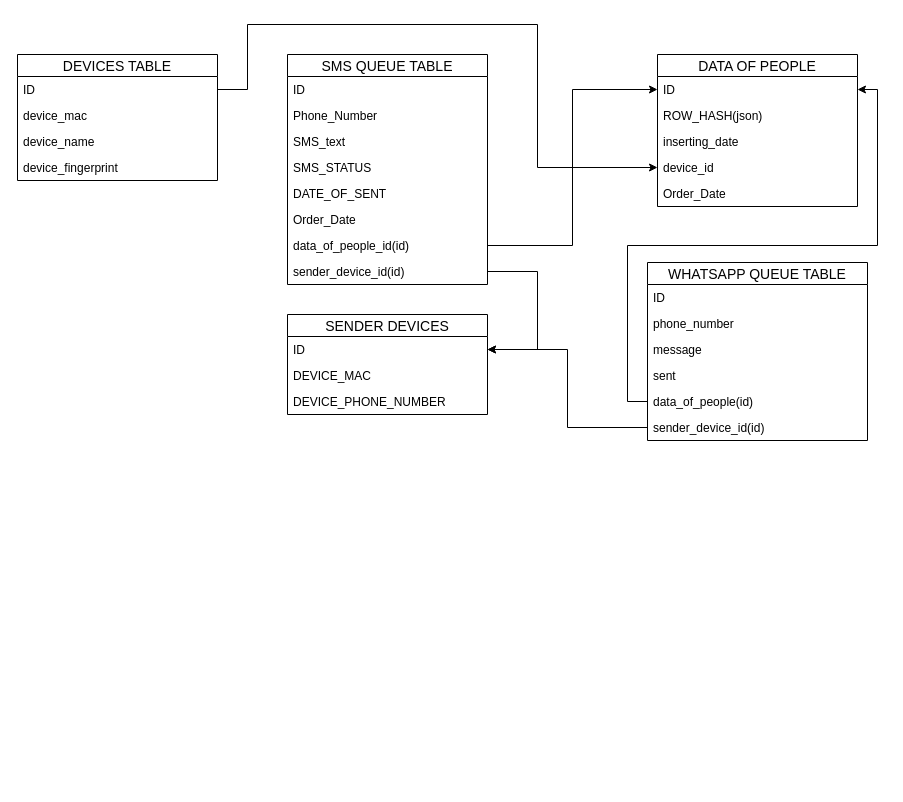
Before: page "tables on server" (5 of 5) of CustomerReminderDiagram.drawio in ahmadtechnik/CustomerReminder, a draw.io diagram. Source tidied: cells renumbered, new cells numbered last; positions are measured from the earlier drawing's top-left corner, leaving out a move shared by most shapes. Both pictures are drawn from the tidied source at 100%, with x=0, y=0 at pixel (17, 24).
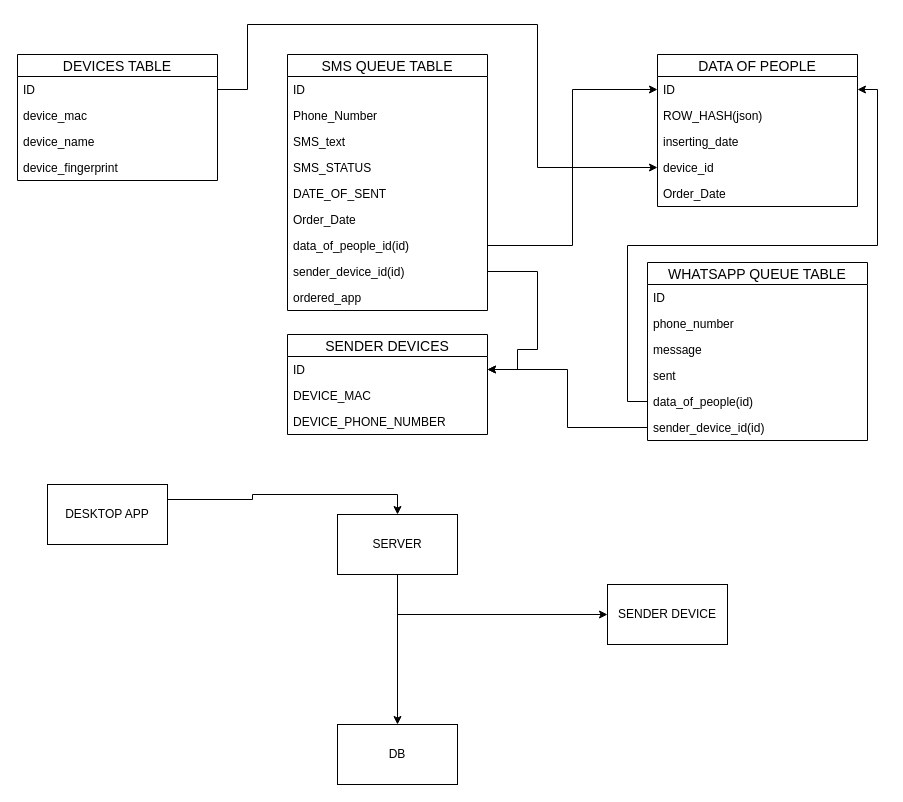
The same diagram, later.

Unchanged cells that the change refers to:
```xml
<mxCell id="10" value="sender_device_id(id)" style="text;strokeColor=none;fillColor=none;spacingLeft=4;spacingRight=4;overflow=hidden;points=[[0,0.5],[1,0.5]];portConstraint=eastwest;fontSize=12;" parent="2" vertex="1">
  <mxGeometry y="204" width="200" height="26" as="geometry" />
</mxCell>
<mxCell id="25" value="ID" style="text;strokeColor=none;fillColor=none;spacingLeft=4;spacingRight=4;overflow=hidden;points=[[0,0.5],[1,0.5]];portConstraint=eastwest;fontSize=12;" parent="24" vertex="1">
  <mxGeometry y="22" width="200" height="26" as="geometry" />
</mxCell>
```

The edit, as a diff of the source:
```diff
@@
     <mxCell id="2" value="SMS QUEUE TABLE" style="swimlane;fontStyle=0;horizontal=1;startSize=22;fillColor=none;swimlaneFillColor=#ffffff;align=center;fontSize=14;" parent="1" vertex="1">
-      <mxGeometry x="270" y="30" width="200" height="230" as="geometry" />
+      <mxGeometry x="270" y="30" width="200" height="256" as="geometry" />
     </mxCell>
@@
+    <mxCell id="38" value="ordered_app" style="text;strokeColor=none;fillColor=none;spacingLeft=4;spacingRight=4;overflow=hidden;fontSize=12;" parent="2" vertex="1">
+      <mxGeometry y="230" width="200" height="26" as="geometry" />
+    </mxCell>
@@
     <mxCell id="24" value="SENDER DEVICES" style="swimlane;fontStyle=0;horizontal=1;startSize=22;fillColor=none;swimlaneFillColor=#ffffff;align=center;fontSize=14;" parent="1" vertex="1">
-      <mxGeometry x="270" y="290" width="200" height="100" as="geometry" />
+      <mxGeometry x="270" y="310" width="200" height="100" as="geometry" />
     </mxCell>
@@
     <mxCell id="28" style="edgeStyle=orthogonalEdgeStyle;rounded=0;jettySize=auto;html=1;exitX=1;exitY=0.5;exitDx=0;exitDy=0;entryX=1;entryY=0.5;entryDx=0;entryDy=0;" parent="1" edge="1" source="10" target="25">
       <mxGeometry relative="1" as="geometry">
         <Array as="points">
           <mxPoint x="520" y="247" />
           <mxPoint x="520" y="325" />
+          <mxPoint x="500" y="325" />
+          <mxPoint x="500" y="345" />
         </Array>
       </mxGeometry>
     </mxCell>
@@
+    <mxCell id="39" style="edgeStyle=orthogonalEdgeStyle;rounded=0;jettySize=auto;html=1;exitX=1;exitY=0.25;exitDx=0;exitDy=0;entryX=0.5;entryY=0;entryDx=0;entryDy=0;" parent="1" edge="1" source="40" target="43">
+      <mxGeometry relative="1" as="geometry" />
+    </mxCell>
+    <mxCell id="40" value="DESKTOP APP" style="rounded=0;whiteSpace=wrap;html=1;" parent="1" vertex="1">
+      <mxGeometry x="30" y="460" width="120" height="60" as="geometry" />
+    </mxCell>
+    <mxCell id="41" style="edgeStyle=orthogonalEdgeStyle;rounded=0;jettySize=auto;html=1;exitX=0.5;exitY=1;exitDx=0;exitDy=0;entryX=0;entryY=0.5;entryDx=0;entryDy=0;" parent="1" edge="1" source="43" target="44">
+      <mxGeometry relative="1" as="geometry" />
+    </mxCell>
+    <mxCell id="42" style="edgeStyle=orthogonalEdgeStyle;rounded=0;jettySize=auto;html=1;exitX=0.5;exitY=1;exitDx=0;exitDy=0;entryX=0.5;entryY=0;entryDx=0;entryDy=0;" parent="1" edge="1" source="43" target="45">
+      <mxGeometry relative="1" as="geometry" />
+    </mxCell>
+    <mxCell id="43" value="SERVER" style="rounded=0;whiteSpace=wrap;html=1;" parent="1" vertex="1">
+      <mxGeometry x="320" y="490" width="120" height="60" as="geometry" />
+    </mxCell>
+    <mxCell id="44" value="SENDER DEVICE" style="rounded=0;whiteSpace=wrap;html=1;" parent="1" vertex="1">
+      <mxGeometry x="590" y="560" width="120" height="60" as="geometry" />
+    </mxCell>
+    <mxCell id="45" value="DB" style="rounded=0;whiteSpace=wrap;html=1;" parent="1" vertex="1">
+      <mxGeometry x="320" y="700" width="120" height="60" as="geometry" />
+    </mxCell>
```
